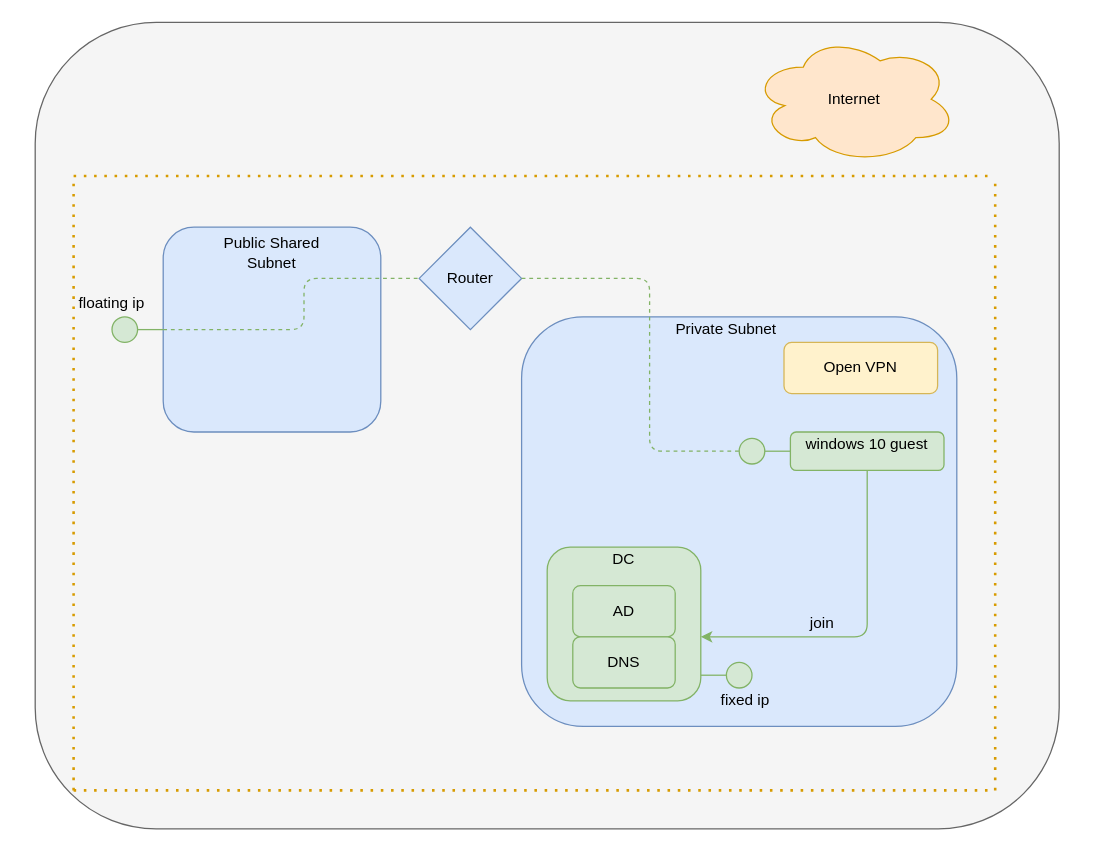
Before: docs/diagrams/overview.drawio in adrianriobo/tstenvs, a draw.io diagram. Source tidied: cells renumbered, new cells numbered last; positions are measured from the earlier drawing's top-left corner, leaving out a move shared by most shapes. Both pictures are drawn from the tidied source at 128%, with x=0, y=0 at pixel (35, 22).
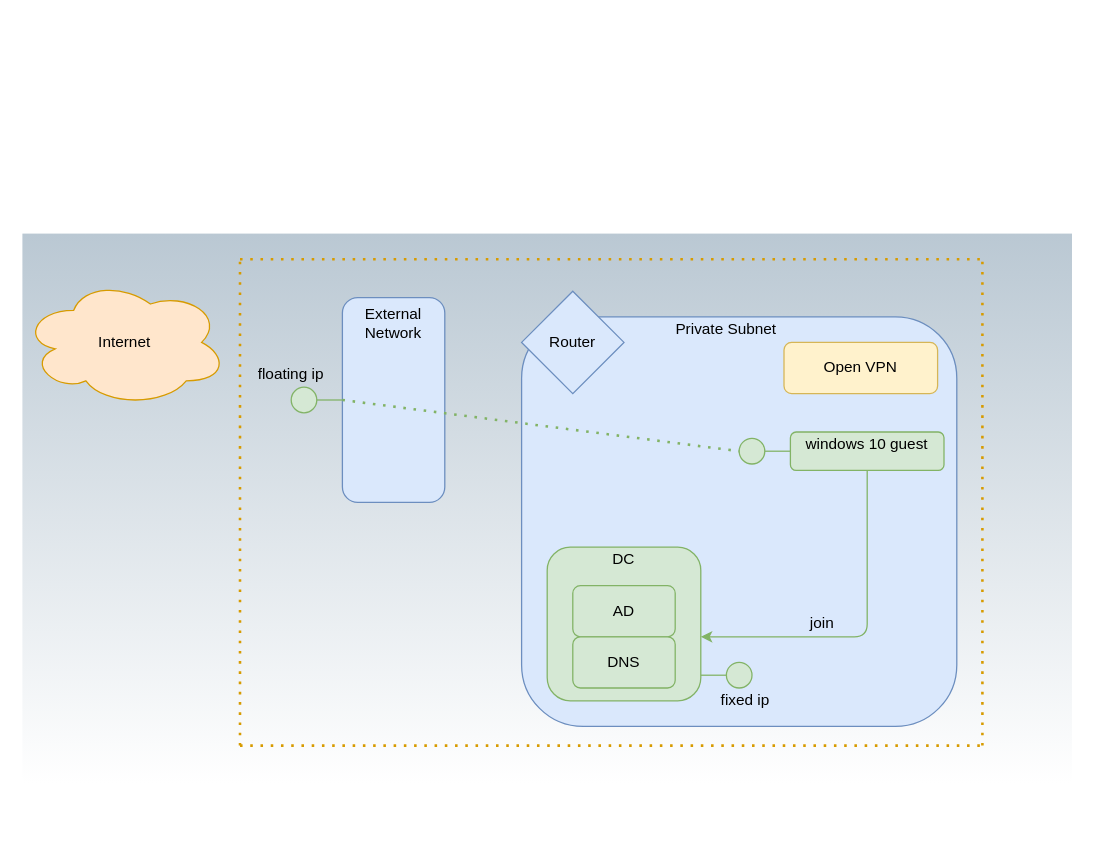
After the change.

The change refers to these unchanged cells:
```xml
<mxCell id="20" style="html=1;outlineConnect=0;whiteSpace=wrap;fillColor=#d5e8d4;shape=mxgraph.archimate3.interface;rotation=-180;strokeColor=#82b366;" parent="1" vertex="1">
  <mxGeometry x="550" y="325" width="40" height="20" as="geometry" />
</mxCell>
```

The edit, as a diff of the source:
```diff
@@
-    <mxCell id="2" style="rounded=1;whiteSpace=wrap;html=1;fillColor=#f5f5f5;strokeColor=#666666;fontColor=#333333;" parent="1" vertex="1">
-      <mxGeometry width="800" height="630" as="geometry" />
-    </mxCell>
+    <mxCell id="31" style="rounded=0;whiteSpace=wrap;html=1;fillColor=#bac8d3;strokeColor=none;gradientColor=#ffffff;" parent="1" vertex="1">
+      <mxGeometry x="-10" y="165" width="820" height="430" as="geometry" />
+    </mxCell>
     <mxCell id="3" style="rounded=1;whiteSpace=wrap;html=1;fillColor=#dae8fc;strokeColor=#6c8ebf;" parent="1" vertex="1">
-      <mxGeometry x="100" y="160" width="170" height="160" as="geometry" />
+      <mxGeometry x="240" y="215" width="80" height="160" as="geometry" />
     </mxCell>
-    <mxCell id="4" value="Public Shared Subnet" style="text;html=1;strokeColor=none;fillColor=none;align=center;verticalAlign=middle;whiteSpace=wrap;rounded=0;" parent="1" vertex="1">
-      <mxGeometry x="140" y="170" width="90" height="20" as="geometry" />
+    <mxCell id="4" value="External Network" style="text;html=1;strokeColor=none;fillColor=none;align=center;verticalAlign=middle;whiteSpace=wrap;rounded=0;" parent="1" vertex="1">
+      <mxGeometry x="235" y="225" width="90" height="20" as="geometry" />
     </mxCell>
@@
     <mxCell id="14" style="rhombus;whiteSpace=wrap;html=1;fillColor=#dae8fc;strokeColor=#6c8ebf;" parent="1" vertex="1">
-      <mxGeometry x="300" y="160" width="80" height="80" as="geometry" />
+      <mxGeometry x="380" y="210" width="80" height="80" as="geometry" />
     </mxCell>
     <mxCell id="15" value="Router" style="text;html=1;strokeColor=none;fillColor=none;align=center;verticalAlign=middle;whiteSpace=wrap;rounded=0;" parent="1" vertex="1">
-      <mxGeometry x="320" y="190" width="40" height="20" as="geometry" />
+      <mxGeometry x="400" y="240" width="40" height="20" as="geometry" />
     </mxCell>
@@
     <mxCell id="18" style="html=1;whiteSpace=wrap;fillColor=#d5e8d4;shape=mxgraph.archimate3.interface;rotation=-180;strokeColor=#82b366;" parent="1" vertex="1">
-      <mxGeometry x="60" y="230" width="40" height="20" as="geometry" />
+      <mxGeometry x="200" y="285" width="40" height="20" as="geometry" />
     </mxCell>
@@
-    <mxCell id="21" style="endArrow=none;dashed=1;html=1;exitX=0;exitY=0.5;exitDx=0;exitDy=0;entryX=0;entryY=0.5;entryDx=0;entryDy=0;fillColor=#d5e8d4;strokeColor=#82b366;" parent="1" edge="1" source="3" target="14">
-      <mxGeometry relative="1" as="geometry">
-        <Array as="points">
-          <mxPoint x="210" y="240" />
-          <mxPoint x="210" y="200" />
-        </Array>
-      </mxGeometry>
-    </mxCell>
-    <mxCell id="22" style="endArrow=none;dashed=1;html=1;exitX=1;exitY=0.5;exitDx=0;exitDy=0;entryX=1;entryY=0.5;entryDx=0;entryDy=0;entryPerimeter=0;fillColor=#d5e8d4;strokeColor=#82b366;" parent="1" edge="1" source="14" target="20">
-      <mxGeometry relative="1" as="geometry">
-        <Array as="points">
-          <mxPoint x="480" y="200" />
-          <mxPoint x="480" y="335" />
-        </Array>
-      </mxGeometry>
-    </mxCell>
     <mxCell id="23" value="floating ip" style="text;html=1;strokeColor=none;fillColor=none;align=center;verticalAlign=middle;whiteSpace=wrap;rounded=0;" parent="1" vertex="1">
-      <mxGeometry x="30" y="210" width="60" height="20" as="geometry" />
+      <mxGeometry x="170" y="265" width="60" height="20" as="geometry" />
     </mxCell>
@@
     <mxCell id="25" style="ellipse;shape=cloud;whiteSpace=wrap;html=1;fillColor=#ffe6cc;strokeColor=#d79b00;" parent="1" vertex="1">
-      <mxGeometry x="560" y="10" width="160" height="100" as="geometry" />
+      <mxGeometry x="-10" y="200" width="160" height="100" as="geometry" />
     </mxCell>
     <mxCell id="26" value="Internet" style="text;html=1;strokeColor=none;fillColor=none;align=center;verticalAlign=middle;whiteSpace=wrap;rounded=0;" parent="1" vertex="1">
-      <mxGeometry x="620" y="50" width="40" height="20" as="geometry" />
+      <mxGeometry x="50" y="240" width="40" height="20" as="geometry" />
     </mxCell>
     <mxCell id="27" style="endArrow=none;dashed=1;html=1;dashPattern=1 3;strokeWidth=2;fillColor=#ffe6cc;strokeColor=#d79b00;" parent="1" edge="1">
       <mxGeometry relative="1" as="geometry">
-        <mxPoint x="30" y="120" as="sourcePoint" />
-        <mxPoint x="750" y="120" as="targetPoint" />
+        <mxPoint x="160" y="185" as="sourcePoint" />
+        <mxPoint x="740" y="185" as="targetPoint" />
       </mxGeometry>
     </mxCell>
     <mxCell id="28" style="endArrow=none;dashed=1;html=1;dashPattern=1 3;strokeWidth=2;fillColor=#ffe6cc;strokeColor=#d79b00;" parent="1" edge="1">
       <mxGeometry relative="1" as="geometry">
-        <mxPoint x="30" y="600" as="sourcePoint" />
-        <mxPoint x="750" y="600" as="targetPoint" />
+        <mxPoint x="160" y="565" as="sourcePoint" />
+        <mxPoint x="740" y="565" as="targetPoint" />
       </mxGeometry>
     </mxCell>
     <mxCell id="29" style="endArrow=none;dashed=1;html=1;dashPattern=1 3;strokeWidth=2;fillColor=#ffe6cc;strokeColor=#d79b00;" parent="1" edge="1">
       <mxGeometry relative="1" as="geometry">
-        <mxPoint x="30" y="600" as="sourcePoint" />
-        <mxPoint x="30" y="120" as="targetPoint" />
+        <mxPoint x="160" y="565" as="sourcePoint" />
+        <mxPoint x="160" y="185" as="targetPoint" />
       </mxGeometry>
     </mxCell>
     <mxCell id="30" style="endArrow=none;dashed=1;html=1;dashPattern=1 3;strokeWidth=2;fillColor=#ffe6cc;strokeColor=#d79b00;" parent="1" edge="1">
       <mxGeometry relative="1" as="geometry">
-        <mxPoint x="750" y="600" as="sourcePoint" />
-        <mxPoint x="750" y="120" as="targetPoint" />
+        <mxPoint x="740" y="565" as="sourcePoint" />
+        <mxPoint x="740" y="185" as="targetPoint" />
       </mxGeometry>
     </mxCell>
+    <mxCell id="32" style="endArrow=none;dashed=1;html=1;dashPattern=1 3;strokeWidth=2;exitX=0;exitY=0.5;exitDx=0;exitDy=0;entryX=1;entryY=0.5;entryDx=0;entryDy=0;entryPerimeter=0;fillColor=#d5e8d4;strokeColor=#82b366;" parent="1" edge="1" source="3" target="20">
+      <mxGeometry relative="1" as="geometry" />
+    </mxCell>
```
